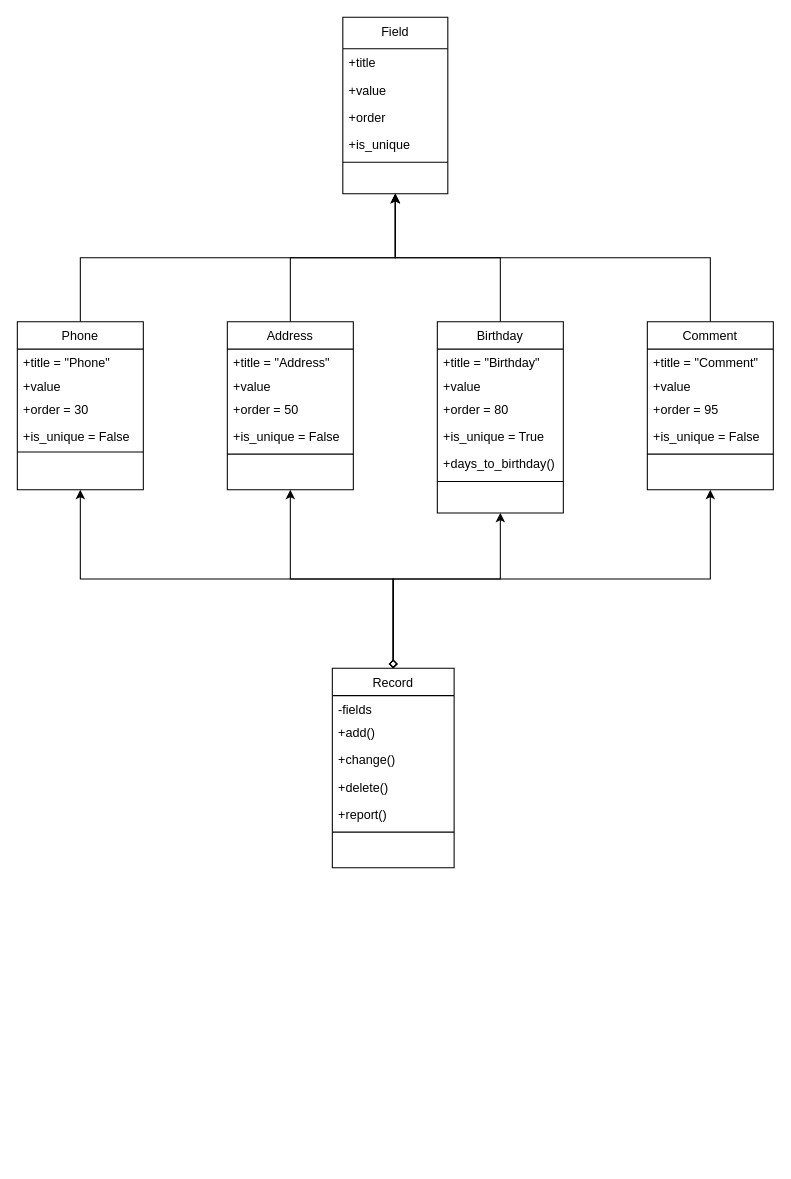
The draw.io diagram Діаграма без назви.drawio in RoyBebru/addressbook2-uml, before the edit. Source tidied: cells renumbered, new cells numbered last; positions are measured from the earlier drawing's top-left corner, leaving out a move shared by most shapes. Both pictures are drawn from the tidied source at 105%, with x=0, y=0 at pixel (17, 17).
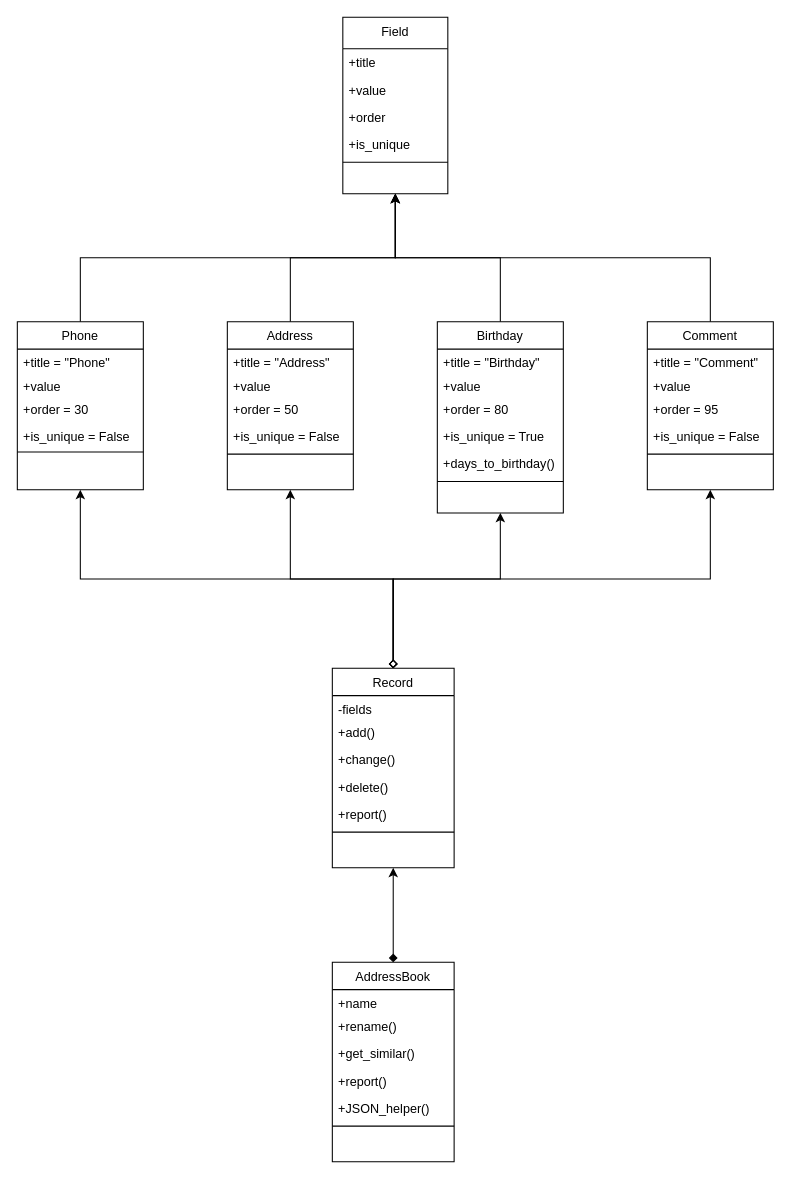
The same page after the edit.

The change refers to these unchanged cells:
```xml
<mxCell id="41" value="Record" style="swimlane;fontStyle=0;align=center;verticalAlign=top;horizontal=1;startSize=26;rounded=0;shadow=0;strokeWidth=1;" parent="1" vertex="1">
  <mxGeometry x="300" y="620" width="116" height="190" as="geometry" />
</mxCell>
```

Change to the diagram source:
```diff
@@
+    <mxCell id="48" style="edgeStyle=orthogonalEdgeStyle;rounded=0;jettySize=auto;html=1;exitX=0.5;exitY=0;exitDx=0;exitDy=0;entryX=0.5;entryY=1;entryDx=0;entryDy=0;startArrow=diamond;startFill=1;" parent="1" edge="1" source="49" target="41">
+      <mxGeometry relative="1" as="geometry" />
+    </mxCell>
+    <mxCell id="49" value="AddressBook" style="swimlane;fontStyle=0;align=center;verticalAlign=top;horizontal=1;startSize=26;rounded=0;shadow=0;strokeWidth=1;" parent="1" vertex="1">
+      <mxGeometry x="300" y="900" width="116" height="190" as="geometry" />
+    </mxCell>
+    <mxCell id="50" value="+name" style="text;align=left;verticalAlign=top;spacingLeft=4;spacingRight=4;overflow=hidden;rounded=0;shadow=0;html=0;" parent="49" vertex="1">
+      <mxGeometry y="26" width="116" height="22" as="geometry" />
+    </mxCell>
+    <mxCell id="51" value="+rename()" style="text;align=left;verticalAlign=top;spacingLeft=4;spacingRight=4;overflow=hidden;rounded=0;shadow=0;html=0;" parent="49" vertex="1">
+      <mxGeometry y="48" width="116" height="26" as="geometry" />
+    </mxCell>
+    <mxCell id="52" value="+get_similar()" style="text;align=left;verticalAlign=top;spacingLeft=4;spacingRight=4;overflow=hidden;rounded=0;shadow=0;html=0;" parent="49" vertex="1">
+      <mxGeometry y="74" width="116" height="26" as="geometry" />
+    </mxCell>
+    <mxCell id="53" value="+report()" style="text;align=left;verticalAlign=top;spacingLeft=4;spacingRight=4;overflow=hidden;rounded=0;shadow=0;html=0;" parent="49" vertex="1">
+      <mxGeometry y="100" width="116" height="26" as="geometry" />
+    </mxCell>
+    <mxCell id="54" value="+JSON_helper()" style="text;align=left;verticalAlign=top;spacingLeft=4;spacingRight=4;overflow=hidden;rounded=0;shadow=0;html=0;" parent="49" vertex="1">
+      <mxGeometry y="126" width="116" height="26" as="geometry" />
+    </mxCell>
+    <mxCell id="55" style="line;html=1;strokeWidth=1;align=left;verticalAlign=middle;spacingTop=-1;spacingLeft=3;spacingRight=3;labelPosition=right;" parent="49" vertex="1">
+      <mxGeometry y="152" width="116" height="8" as="geometry" />
+    </mxCell>
```
